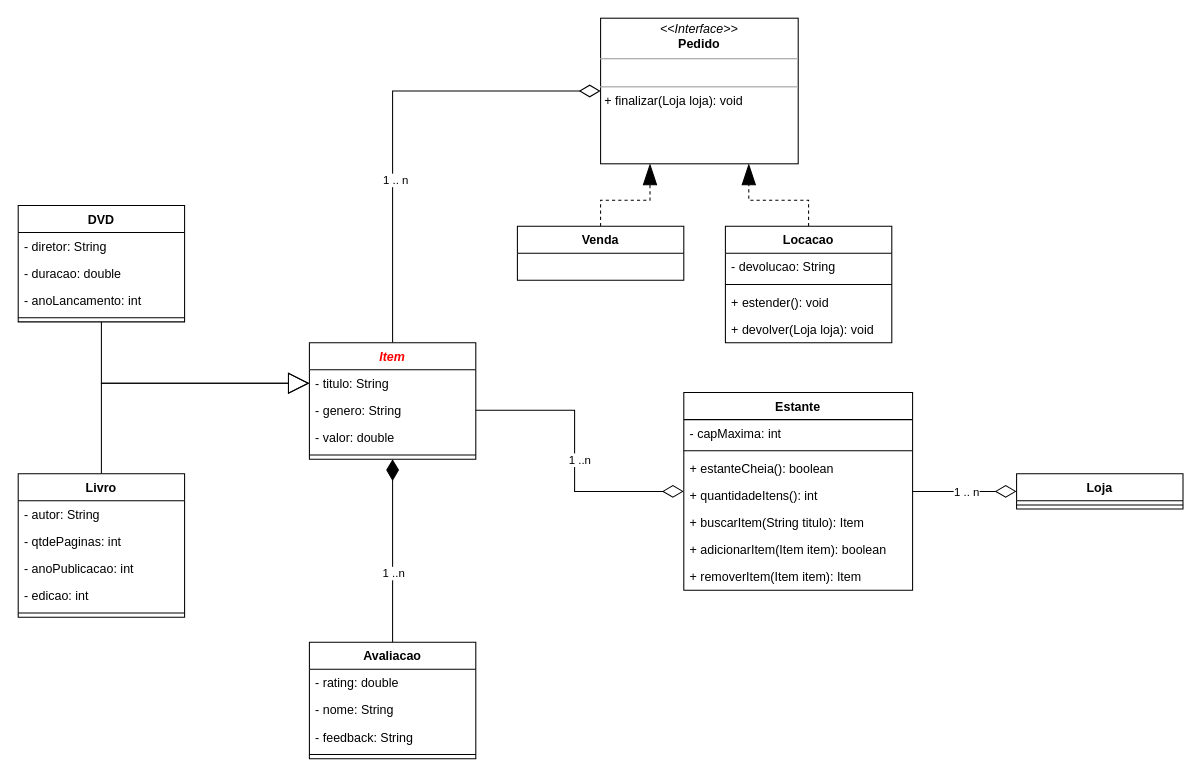
Before: page "Livraria" (3 of 8) of diagramas.drawio in hannaBanannaOF/entra21-git-inicio, a draw.io diagram. Source tidied: cells renumbered, new cells numbered last; positions are measured from the earlier drawing's top-left corner, leaving out a move shared by most shapes. Both pictures are drawn from the tidied source at 104%, with x=0, y=0 at pixel (18, 18).
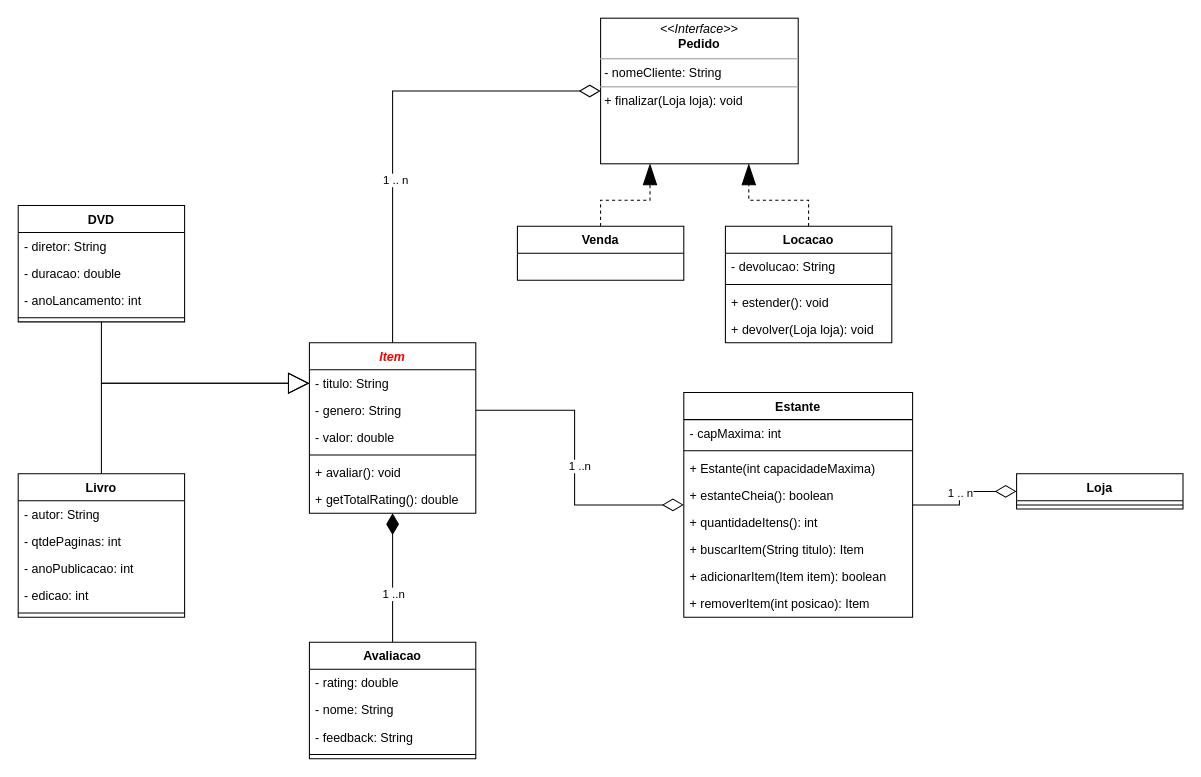
The same page after the edit.

What changed in the source:
```diff
@@
     <mxCell id="4" value="Estante" style="swimlane;fontStyle=1;align=center;verticalAlign=top;horizontal=1;startSize=26;" parent="1" vertex="1">
-      <mxGeometry x="640" y="360" width="220" height="190" as="geometry" />
+      <mxGeometry x="640" y="360" width="220" height="216" as="geometry" />
     </mxCell>
@@
+    <mxCell id="52" value="+ Estante(int capacidadeMaxima)" style="text;strokeColor=none;fillColor=none;align=left;verticalAlign=top;spacingLeft=4;spacingRight=4;overflow=hidden;" parent="4" vertex="1">
+      <mxGeometry y="60" width="220" height="26" as="geometry" />
+    </mxCell>
     <mxCell id="7" value="+ estanteCheia(): boolean" style="text;strokeColor=none;fillColor=none;align=left;verticalAlign=top;spacingLeft=4;spacingRight=4;overflow=hidden;" parent="4" vertex="1">
-      <mxGeometry y="60" width="220" height="26" as="geometry" />
+      <mxGeometry y="86" width="220" height="26" as="geometry" />
     </mxCell>
     <mxCell id="8" value="+ quantidadeItens(): int" style="text;strokeColor=none;fillColor=none;align=left;verticalAlign=top;spacingLeft=4;spacingRight=4;overflow=hidden;" parent="4" vertex="1">
-      <mxGeometry y="86" width="220" height="26" as="geometry" />
+      <mxGeometry y="112" width="220" height="26" as="geometry" />
     </mxCell>
     <mxCell id="9" value="+ buscarItem(String titulo): Item" style="text;strokeColor=none;fillColor=none;align=left;verticalAlign=top;spacingLeft=4;spacingRight=4;overflow=hidden;" parent="4" vertex="1">
-      <mxGeometry y="112" width="220" height="26" as="geometry" />
+      <mxGeometry y="138" width="220" height="26" as="geometry" />
     </mxCell>
     <mxCell id="10" value="+ adicionarItem(Item item): boolean" style="text;strokeColor=none;fillColor=none;align=left;verticalAlign=top;spacingLeft=4;spacingRight=4;overflow=hidden;" parent="4" vertex="1">
-      <mxGeometry y="138" width="220" height="26" as="geometry" />
+      <mxGeometry y="164" width="220" height="26" as="geometry" />
     </mxCell>
-    <mxCell id="11" value="+ removerItem(Item item): Item" style="text;strokeColor=none;fillColor=none;align=left;verticalAlign=top;spacingLeft=4;spacingRight=4;overflow=hidden;" parent="4" vertex="1">
-      <mxGeometry y="164" width="220" height="26" as="geometry" />
+    <mxCell id="11" value="+ removerItem(int posicao): Item" style="text;strokeColor=none;fillColor=none;align=left;verticalAlign=top;spacingLeft=4;spacingRight=4;overflow=hidden;" parent="4" vertex="1">
+      <mxGeometry y="190" width="220" height="26" as="geometry" />
     </mxCell>
@@
-    <mxCell id="38" value="&lt;p style=&quot;margin:0px;margin-top:4px;text-align:center;&quot;&gt;&lt;i&gt;&amp;lt;&amp;lt;Interface&amp;gt;&amp;gt;&lt;/i&gt;&lt;br&gt;&lt;b&gt;Pedido&lt;/b&gt;&lt;/p&gt;&lt;hr size=&quot;1&quot;&gt;&lt;p style=&quot;margin:0px;margin-left:4px;&quot;&gt;&lt;br&gt;&lt;/p&gt;&lt;hr size=&quot;1&quot;&gt;&lt;p style=&quot;margin:0px;margin-left:4px;&quot;&gt;+ finalizar(Loja loja): void&lt;br&gt;&lt;/p&gt;" style="verticalAlign=top;align=left;overflow=fill;fontSize=12;fontFamily=Helvetica;html=1;" parent="1" vertex="1">
+    <mxCell id="38" value="&lt;p style=&quot;margin:0px;margin-top:4px;text-align:center;&quot;&gt;&lt;i&gt;&amp;lt;&amp;lt;Interface&amp;gt;&amp;gt;&lt;/i&gt;&lt;br&gt;&lt;b&gt;Pedido&lt;/b&gt;&lt;/p&gt;&lt;hr size=&quot;1&quot;&gt;&lt;p style=&quot;margin:0px;margin-left:4px;&quot;&gt;- nomeCliente: String&lt;/p&gt;&lt;hr size=&quot;1&quot;&gt;&lt;p style=&quot;margin:0px;margin-left:4px;&quot;&gt;+ finalizar(Loja loja): void&lt;br&gt;&lt;/p&gt;" style="verticalAlign=top;align=left;overflow=fill;fontSize=12;fontFamily=Helvetica;html=1;" parent="1" vertex="1">
       <mxGeometry x="560" width="190" height="140" as="geometry" />
     </mxCell>
@@
     <mxCell id="41" value="Item" style="swimlane;fontStyle=3;align=center;verticalAlign=top;horizontal=1;startSize=26;fontColor=#FF0000;" parent="1" vertex="1">
-      <mxGeometry x="280" y="312" width="160" height="112" as="geometry" />
+      <mxGeometry x="280" y="312" width="160" height="164" as="geometry" />
     </mxCell>
@@
+    <mxCell id="53" value="+ avaliar(): void" style="text;strokeColor=none;fillColor=none;align=left;verticalAlign=top;spacingLeft=4;spacingRight=4;overflow=hidden;" parent="41" vertex="1">
+      <mxGeometry y="112" width="160" height="26" as="geometry" />
+    </mxCell>
+    <mxCell id="54" value="+ getTotalRating(): double" style="text;strokeColor=none;fillColor=none;align=left;verticalAlign=top;spacingLeft=4;spacingRight=4;overflow=hidden;" parent="41" vertex="1">
+      <mxGeometry y="138" width="160" height="26" as="geometry" />
+    </mxCell>
```
